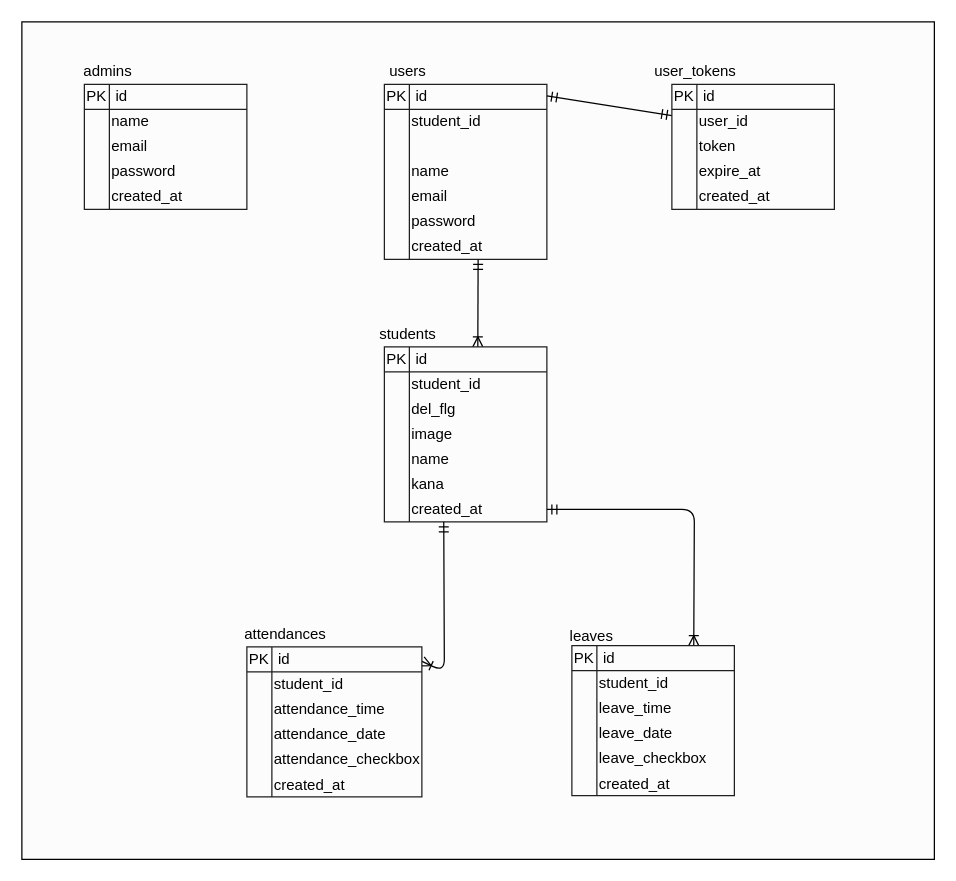
lithuanialover/tonttu keeps this draw.io diagram as er.drawio. Above is the earlier version. Source tidied: cells renumbered, new cells numbered last; positions are measured from the earlier drawing's top-left corner, leaving out a move shared by most shapes. Both pictures are drawn from the tidied source at 125%, with x=0, y=0 at pixel (21, 21).
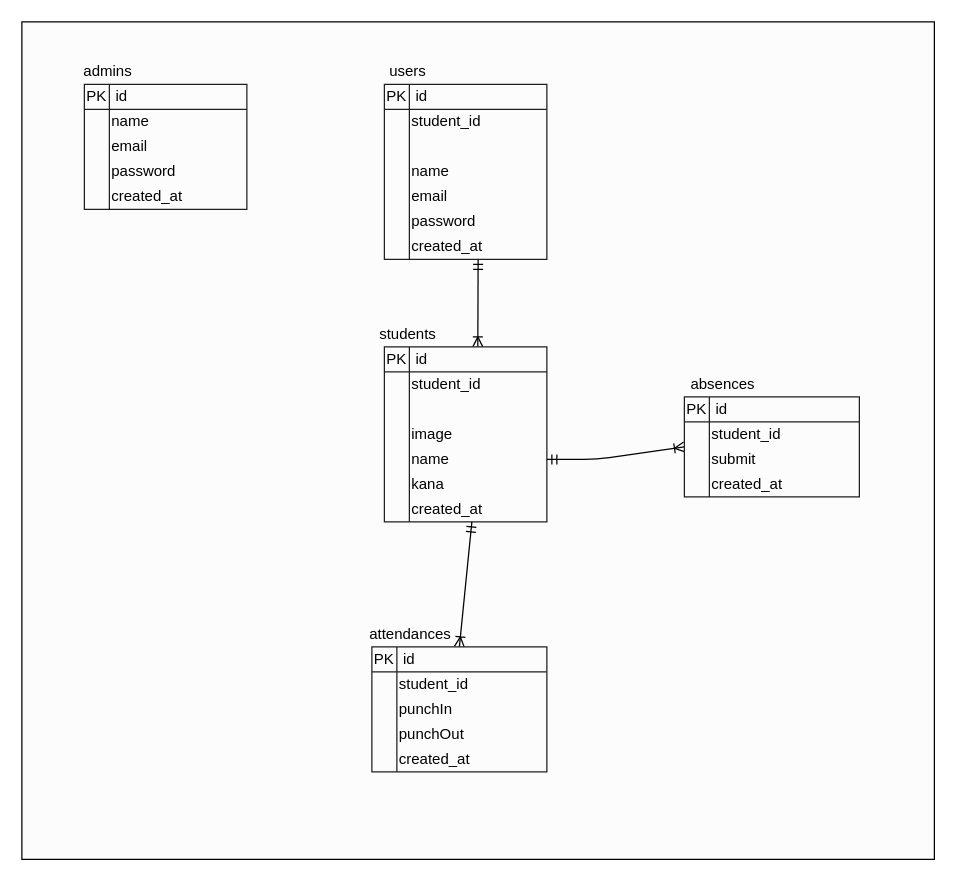
The same diagram, later.

Unchanged cells that the change refers to:
```xml
<mxCell id="11" style="shape=internalStorage;whiteSpace=wrap;html=1;backgroundOutline=1;fillColor=#FCFCFC;strokeColor=#1F1F1F;" parent="1" vertex="1">
  <mxGeometry x="290" y="50" width="130" height="140" as="geometry" />
</mxCell>
<mxCell id="36" value="name" style="text;html=1;strokeColor=none;fillColor=none;align=left;verticalAlign=middle;whiteSpace=wrap;rounded=0;fontColor=#000000;" parent="1" vertex="1">
  <mxGeometry x="310" y="340" width="110" height="20" as="geometry" />
</mxCell>
<mxCell id="41" value="created_at" style="text;html=1;strokeColor=none;fillColor=none;align=left;verticalAlign=middle;whiteSpace=wrap;rounded=0;fontColor=#000000;" parent="1" vertex="1">
  <mxGeometry x="310" y="380" width="110" height="20" as="geometry" />
</mxCell>
```

The edit, as a diff of the source:
```diff
@@
-    <mxCell id="18" style="edgeStyle=none;html=1;exitX=0;exitY=0.25;exitDx=0;exitDy=0;entryX=1;entryY=0.066;entryDx=0;entryDy=0;entryPerimeter=0;fontColor=#000000;strokeColor=#000000;endArrow=ERmandOne;endFill=0;startArrow=ERmandOne;startFill=0;" parent="1" edge="1" source="19" target="11">
-      <mxGeometry relative="1" as="geometry" />
-    </mxCell>
-    <mxCell id="19" style="shape=internalStorage;whiteSpace=wrap;html=1;backgroundOutline=1;fillColor=#FCFCFC;strokeColor=#1F1F1F;" parent="1" vertex="1">
-      <mxGeometry x="520" y="50" width="130" height="100" as="geometry" />
-    </mxCell>
-    <mxCell id="20" value="PK" style="text;html=1;strokeColor=none;fillColor=none;align=center;verticalAlign=middle;whiteSpace=wrap;rounded=0;fontColor=#000000;" parent="1" vertex="1">
-      <mxGeometry x="520" y="50" width="20" height="20" as="geometry" />
-    </mxCell>
-    <mxCell id="21" value="user_tokens" style="text;html=1;strokeColor=none;fillColor=none;align=center;verticalAlign=middle;whiteSpace=wrap;rounded=0;fontColor=#000000;" parent="1" vertex="1">
-      <mxGeometry x="524" y="30" width="30" height="20" as="geometry" />
-    </mxCell>
-    <mxCell id="22" value="user_id" style="text;html=1;strokeColor=none;fillColor=none;align=left;verticalAlign=middle;whiteSpace=wrap;rounded=0;fontColor=#000000;" parent="1" vertex="1">
-      <mxGeometry x="540" y="70" width="110" height="20" as="geometry" />
-    </mxCell>
-    <mxCell id="23" value="token" style="text;html=1;strokeColor=none;fillColor=none;align=left;verticalAlign=middle;whiteSpace=wrap;rounded=0;fontColor=#000000;" parent="1" vertex="1">
-      <mxGeometry x="540" y="90" width="110" height="20" as="geometry" />
-    </mxCell>
-    <mxCell id="24" value="expire_at" style="text;html=1;strokeColor=none;fillColor=none;align=left;verticalAlign=middle;whiteSpace=wrap;rounded=0;fontColor=#000000;" parent="1" vertex="1">
-      <mxGeometry x="540" y="110" width="110" height="20" as="geometry" />
-    </mxCell>
-    <mxCell id="25" value="created_at" style="text;html=1;strokeColor=none;fillColor=none;align=left;verticalAlign=middle;whiteSpace=wrap;rounded=0;fontColor=#000000;" parent="1" vertex="1">
-      <mxGeometry x="540" y="130" width="110" height="20" as="geometry" />
-    </mxCell>
-    <mxCell id="26" value="id" style="text;html=1;strokeColor=none;fillColor=none;align=center;verticalAlign=middle;whiteSpace=wrap;rounded=0;fontColor=#000000;" parent="1" vertex="1">
-      <mxGeometry x="540" y="50" width="20" height="20" as="geometry" />
-    </mxCell>
@@
-    <mxCell id="34" value="del_flg" style="text;html=1;strokeColor=none;fillColor=none;align=left;verticalAlign=middle;whiteSpace=wrap;rounded=0;fontColor=#000000;" parent="1" vertex="1">
-      <mxGeometry x="310" y="300" width="110" height="20" as="geometry" />
-    </mxCell>
@@
-    <mxCell id="39" style="edgeStyle=none;html=1;exitX=0.25;exitY=1;exitDx=0;exitDy=0;fontColor=#000000;startArrow=ERmandOne;startFill=0;endArrow=ERoneToMany;endFill=0;strokeColor=#000000;entryX=1.001;entryY=0.097;entryDx=0;entryDy=0;entryPerimeter=0;" parent="1" edge="1" source="41" target="42">
+    <mxCell id="39" style="edgeStyle=none;html=1;exitX=0.5;exitY=1;exitDx=0;exitDy=0;fontColor=#000000;startArrow=ERmandOne;startFill=0;endArrow=ERoneToMany;endFill=0;strokeColor=#000000;entryX=0.5;entryY=0;entryDx=0;entryDy=0;" parent="1" edge="1" target="42">
       <mxGeometry relative="1" as="geometry">
-        <Array as="points">
-          <mxPoint x="338" y="520" />
-        </Array>
+        <mxPoint x="360" y="400" as="sourcePoint" />
       </mxGeometry>
     </mxCell>
-    <mxCell id="40" style="edgeStyle=none;html=1;exitX=1;exitY=0.5;exitDx=0;exitDy=0;entryX=0.75;entryY=0;entryDx=0;entryDy=0;fontColor=#000000;startArrow=ERmandOne;startFill=0;endArrow=ERoneToMany;endFill=0;strokeColor=#000000;" parent="1" edge="1" source="41" target="51">
-      <mxGeometry relative="1" as="geometry">
-        <Array as="points">
-          <mxPoint x="538" y="390" />
-        </Array>
-      </mxGeometry>
-    </mxCell>
@@
     <mxCell id="42" style="shape=internalStorage;whiteSpace=wrap;html=1;backgroundOutline=1;fillColor=#FCFCFC;strokeColor=#1F1F1F;" parent="1" vertex="1">
-      <mxGeometry x="180" y="500" width="140" height="120" as="geometry" />
+      <mxGeometry x="280" y="500" width="140" height="100" as="geometry" />
     </mxCell>
     <mxCell id="43" value="PK" style="text;html=1;strokeColor=none;fillColor=none;align=center;verticalAlign=middle;whiteSpace=wrap;rounded=0;fontColor=#000000;" parent="1" vertex="1">
-      <mxGeometry x="180" y="500" width="20" height="20" as="geometry" />
+      <mxGeometry x="280" y="500" width="20" height="20" as="geometry" />
     </mxCell>
     <mxCell id="44" value="attendances" style="text;html=1;strokeColor=none;fillColor=none;align=center;verticalAlign=middle;whiteSpace=wrap;rounded=0;fontColor=#000000;" parent="1" vertex="1">
-      <mxGeometry x="196" y="480" width="30" height="20" as="geometry" />
+      <mxGeometry x="296" y="480" width="30" height="20" as="geometry" />
     </mxCell>
     <mxCell id="45" value="student_id" style="text;html=1;strokeColor=none;fillColor=none;align=left;verticalAlign=middle;whiteSpace=wrap;rounded=0;fontColor=#000000;" parent="1" vertex="1">
-      <mxGeometry x="200" y="520" width="110" height="20" as="geometry" />
+      <mxGeometry x="300" y="520" width="110" height="20" as="geometry" />
     </mxCell>
-    <mxCell id="46" value="attendance_time" style="text;html=1;strokeColor=none;fillColor=none;align=left;verticalAlign=middle;whiteSpace=wrap;rounded=0;fontColor=#000000;" parent="1" vertex="1">
-      <mxGeometry x="200" y="540" width="110" height="20" as="geometry" />
+    <mxCell id="46" value="punchIn" style="text;html=1;strokeColor=none;fillColor=none;align=left;verticalAlign=middle;whiteSpace=wrap;rounded=0;fontColor=#000000;" parent="1" vertex="1">
+      <mxGeometry x="300" y="540" width="110" height="20" as="geometry" />
     </mxCell>
-    <mxCell id="47" value="attendance_date" style="text;html=1;strokeColor=none;fillColor=none;align=left;verticalAlign=middle;whiteSpace=wrap;rounded=0;fontColor=#000000;" parent="1" vertex="1">
-      <mxGeometry x="200" y="560" width="110" height="20" as="geometry" />
+    <mxCell id="47" value="punchOut" style="text;html=1;strokeColor=none;fillColor=none;align=left;verticalAlign=middle;whiteSpace=wrap;rounded=0;fontColor=#000000;" parent="1" vertex="1">
+      <mxGeometry x="300" y="560" width="110" height="20" as="geometry" />
     </mxCell>
-    <mxCell id="48" value="attendance_checkbox" style="text;html=1;strokeColor=none;fillColor=none;align=left;verticalAlign=middle;whiteSpace=wrap;rounded=0;fontColor=#000000;" parent="1" vertex="1">
-      <mxGeometry x="200" y="580" width="110" height="20" as="geometry" />
-    </mxCell>
     <mxCell id="49" value="id" style="text;html=1;strokeColor=none;fillColor=none;align=center;verticalAlign=middle;whiteSpace=wrap;rounded=0;fontColor=#000000;" parent="1" vertex="1">
-      <mxGeometry x="200" y="500" width="20" height="20" as="geometry" />
+      <mxGeometry x="300" y="500" width="20" height="20" as="geometry" />
     </mxCell>
     <mxCell id="50" value="created_at" style="text;html=1;strokeColor=none;fillColor=none;align=left;verticalAlign=middle;whiteSpace=wrap;rounded=0;fontColor=#000000;" parent="1" vertex="1">
-      <mxGeometry x="200" y="601" width="110" height="20" as="geometry" />
+      <mxGeometry x="300" y="580" width="110" height="20" as="geometry" />
     </mxCell>
-    <mxCell id="51" style="shape=internalStorage;whiteSpace=wrap;html=1;backgroundOutline=1;fillColor=#FCFCFC;strokeColor=#1F1F1F;" parent="1" vertex="1">
-      <mxGeometry x="440" y="499" width="130" height="120" as="geometry" />
-    </mxCell>
-    <mxCell id="52" value="PK" style="text;html=1;strokeColor=none;fillColor=none;align=center;verticalAlign=middle;whiteSpace=wrap;rounded=0;fontColor=#000000;" parent="1" vertex="1">
-      <mxGeometry x="440" y="499" width="20" height="20" as="geometry" />
-    </mxCell>
-    <mxCell id="53" value="leaves" style="text;html=1;strokeColor=none;fillColor=none;align=center;verticalAlign=middle;whiteSpace=wrap;rounded=0;fontColor=#000000;" parent="1" vertex="1">
-      <mxGeometry x="441" y="482" width="30" height="20" as="geometry" />
-    </mxCell>
+    <mxCell id="40" style="edgeStyle=none;html=1;exitX=1;exitY=0.5;exitDx=0;exitDy=0;fontColor=#000000;startArrow=ERmandOne;startFill=0;endArrow=ERoneToMany;endFill=0;strokeColor=#000000;entryX=0;entryY=0.5;entryDx=0;entryDy=0;" parent="1" edge="1" source="36" target="60">
+      <mxGeometry relative="1" as="geometry">
+        <Array as="points">
+          <mxPoint x="460" y="350" />
+        </Array>
+      </mxGeometry>
+    </mxCell>
+    <mxCell id="60" style="shape=internalStorage;whiteSpace=wrap;html=1;backgroundOutline=1;fillColor=#FCFCFC;strokeColor=#1F1F1F;" parent="1" vertex="1">
+      <mxGeometry x="530" y="300" width="140" height="80" as="geometry" />
+    </mxCell>
+    <mxCell id="61" value="PK" style="text;html=1;strokeColor=none;fillColor=none;align=center;verticalAlign=middle;whiteSpace=wrap;rounded=0;fontColor=#000000;" parent="1" vertex="1">
+      <mxGeometry x="530" y="300" width="20" height="20" as="geometry" />
+    </mxCell>
+    <mxCell id="62" value="absences" style="text;html=1;strokeColor=none;fillColor=none;align=center;verticalAlign=middle;whiteSpace=wrap;rounded=0;fontColor=#000000;" parent="1" vertex="1">
+      <mxGeometry x="546" y="280" width="30" height="20" as="geometry" />
+    </mxCell>
     <mxCell id="54" value="student_id" style="text;html=1;strokeColor=none;fillColor=none;align=left;verticalAlign=middle;whiteSpace=wrap;rounded=0;fontColor=#000000;" parent="1" vertex="1">
-      <mxGeometry x="460" y="519" width="110" height="20" as="geometry" />
+      <mxGeometry x="550" y="320" width="110" height="20" as="geometry" />
     </mxCell>
-    <mxCell id="55" value="leave_time" style="text;html=1;strokeColor=none;fillColor=none;align=left;verticalAlign=middle;whiteSpace=wrap;rounded=0;fontColor=#000000;" parent="1" vertex="1">
-      <mxGeometry x="460" y="539" width="110" height="20" as="geometry" />
-    </mxCell>
-    <mxCell id="56" value="leave_date" style="text;html=1;strokeColor=none;fillColor=none;align=left;verticalAlign=middle;whiteSpace=wrap;rounded=0;fontColor=#000000;" parent="1" vertex="1">
-      <mxGeometry x="460" y="559" width="110" height="20" as="geometry" />
-    </mxCell>
-    <mxCell id="57" value="leave_checkbox" style="text;html=1;strokeColor=none;fillColor=none;align=left;verticalAlign=middle;whiteSpace=wrap;rounded=0;fontColor=#000000;" parent="1" vertex="1">
-      <mxGeometry x="460" y="579" width="110" height="20" as="geometry" />
-    </mxCell>
-    <mxCell id="58" value="id" style="text;html=1;strokeColor=none;fillColor=none;align=center;verticalAlign=middle;whiteSpace=wrap;rounded=0;fontColor=#000000;" parent="1" vertex="1">
-      <mxGeometry x="460" y="499" width="20" height="20" as="geometry" />
-    </mxCell>
-    <mxCell id="59" value="created_at" style="text;html=1;strokeColor=none;fillColor=none;align=left;verticalAlign=middle;whiteSpace=wrap;rounded=0;fontColor=#000000;" parent="1" vertex="1">
-      <mxGeometry x="460" y="600" width="110" height="20" as="geometry" />
-    </mxCell>
+    <mxCell id="63" value="submit" style="text;html=1;strokeColor=none;fillColor=none;align=left;verticalAlign=middle;whiteSpace=wrap;rounded=0;fontColor=#000000;" parent="1" vertex="1">
+      <mxGeometry x="550" y="340" width="110" height="20" as="geometry" />
+    </mxCell>
+    <mxCell id="64" value="id" style="text;html=1;strokeColor=none;fillColor=none;align=center;verticalAlign=middle;whiteSpace=wrap;rounded=0;fontColor=#000000;" parent="1" vertex="1">
+      <mxGeometry x="550" y="300" width="20" height="20" as="geometry" />
+    </mxCell>
+    <mxCell id="65" value="created_at" style="text;html=1;strokeColor=none;fillColor=none;align=left;verticalAlign=middle;whiteSpace=wrap;rounded=0;fontColor=#000000;" parent="1" vertex="1">
+      <mxGeometry x="550" y="360" width="110" height="20" as="geometry" />
+    </mxCell>
```
